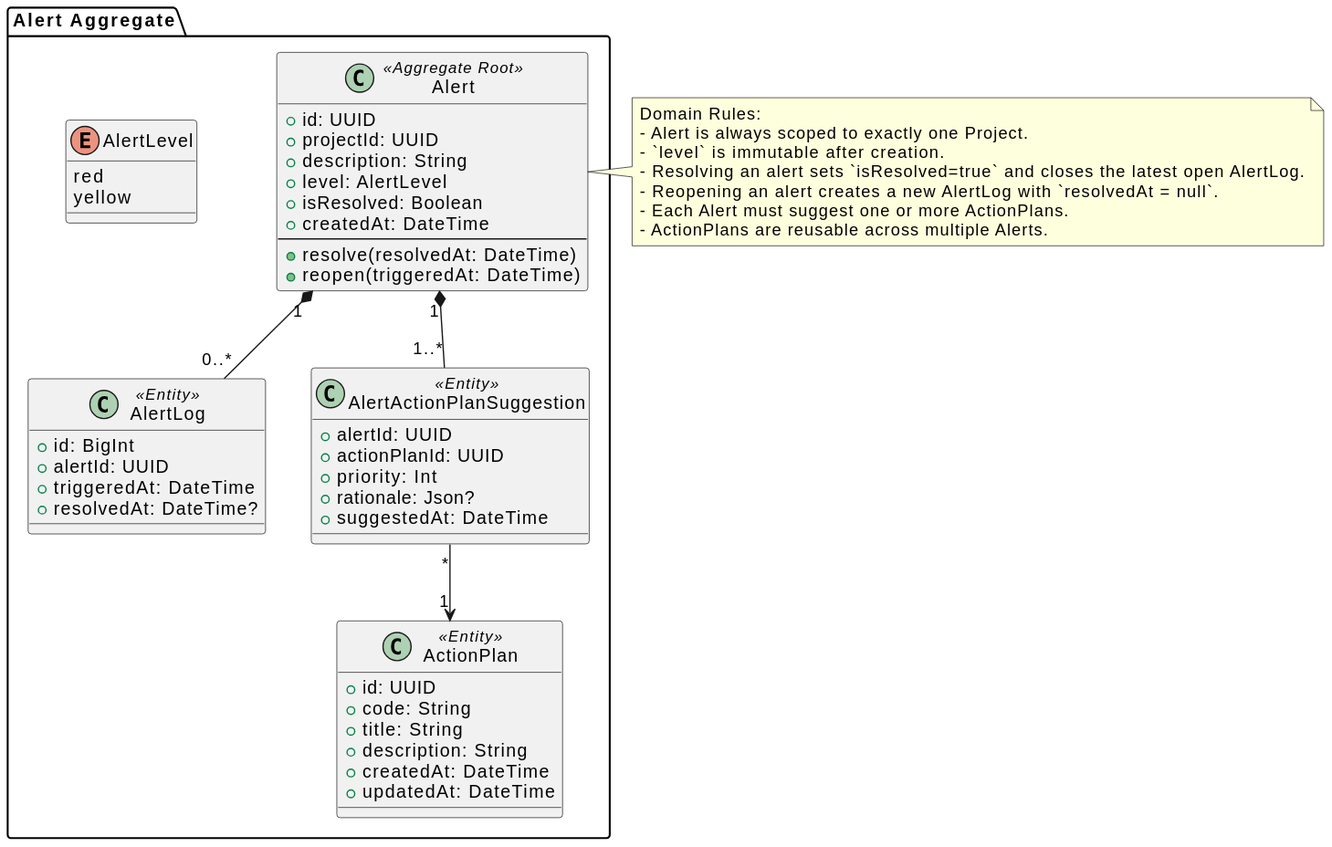
This is docs/generated-diagrams/domain-models/alert-aggregate.svg from Bonbooon/teamdev-2026, a PlantUML export, as it was before one commit. The source it was exported from:
```plantuml
@startuml
package "Alert Aggregate" {

  class Alert <<Aggregate Root>> {
    +id: UUID
    +projectId: UUID
    +description: String
    +level: AlertLevel
    +isResolved: Boolean
    +createdAt: DateTime
    --
    +resolve(resolvedAt: DateTime)
    +reopen(triggeredAt: DateTime)
  }

  enum AlertLevel {
    red
    yellow
  }

  class AlertLog <<Entity>> {
    +id: BigInt
    +alertId: UUID
    +triggeredAt: DateTime
    +resolvedAt: DateTime?
  }

  class ActionPlan <<Entity>> {
    +id: UUID
    +code: String
    +title: String
    +description: String
    +createdAt: DateTime
    +updatedAt: DateTime
  }

  class AlertActionPlanSuggestion <<Entity>> {
    +alertId: UUID
    +actionPlanId: UUID
    +priority: Int
    +rationale: Json?
    +suggestedAt: DateTime
  }

  Alert "1" *-- "0..*" AlertLog
  Alert "1" *-- "1..*" AlertActionPlanSuggestion
  AlertActionPlanSuggestion "*" --> "1" ActionPlan
}

note right of Alert
Domain Rules:
- Alert is always scoped to exactly one Project.
- `level` is immutable after creation.
- Resolving an alert sets `isResolved=true` and closes the latest open AlertLog.
- Reopening an alert creates a new AlertLog with `resolvedAt = null`.
- Each Alert must suggest one or more ActionPlans.
- ActionPlans are reusable across multiple Alerts.
end note
@enduml
```
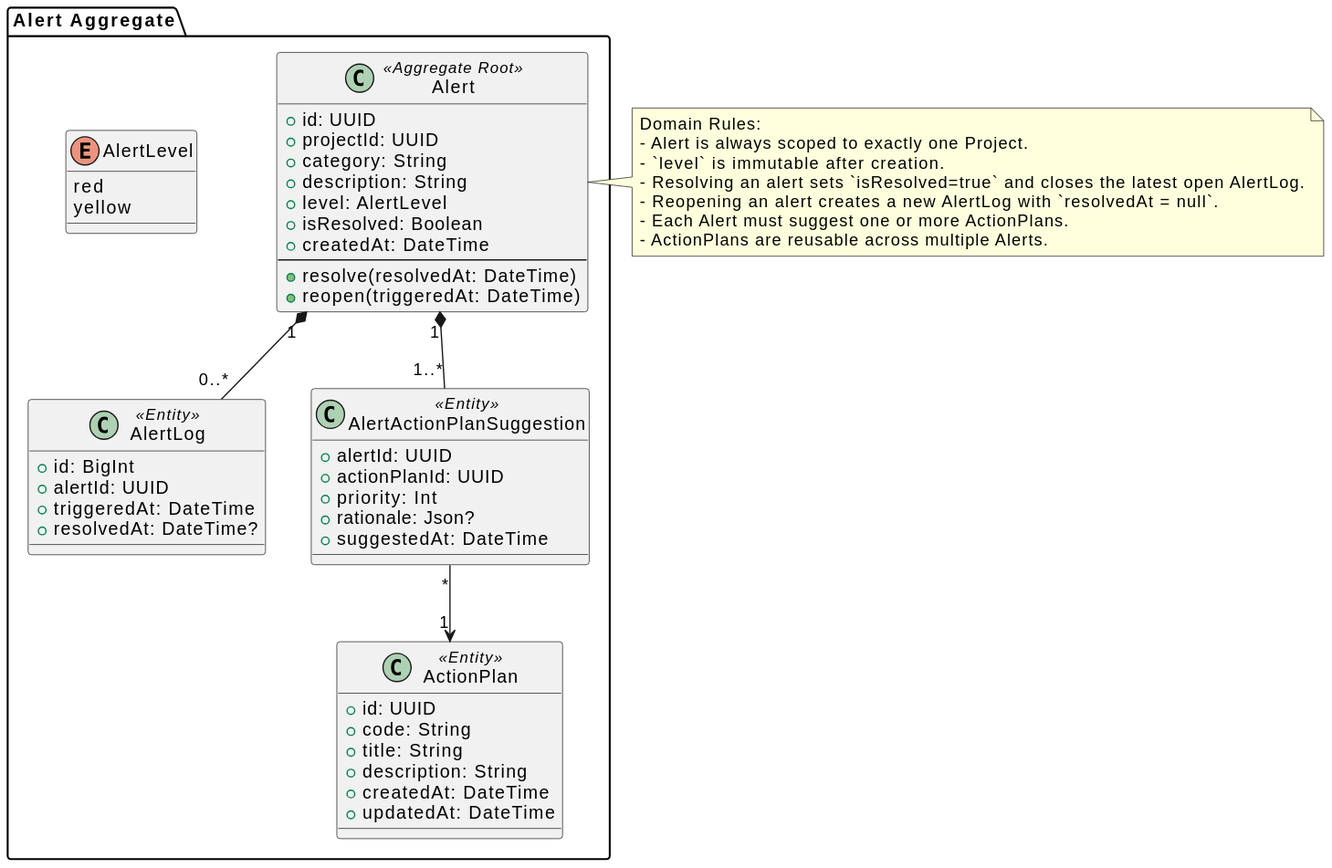
After the change.

Commit message:
chore(diagrams): auto-generate SVGs

Change to the diagram source:
```diff
@@ -4,6 +4,7 @@
   class Alert <<Aggregate Root>> {
     +id: UUID
     +projectId: UUID
+    +category: String
     +description: String
     +level: AlertLevel
     +isResolved: Boolean
```
